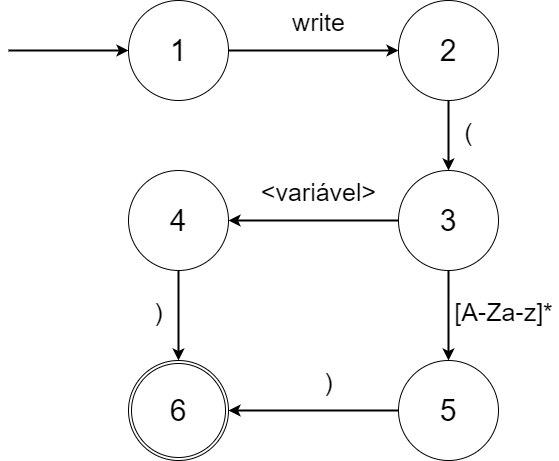
Earlier version of the draw.io export imagens/automato_write.png (MLS13/unifei-compiladores). Source tidied: cells renumbered, new cells last; positions are measured from the earlier drawing's top-left corner, leaving out a move shared by most shapes.
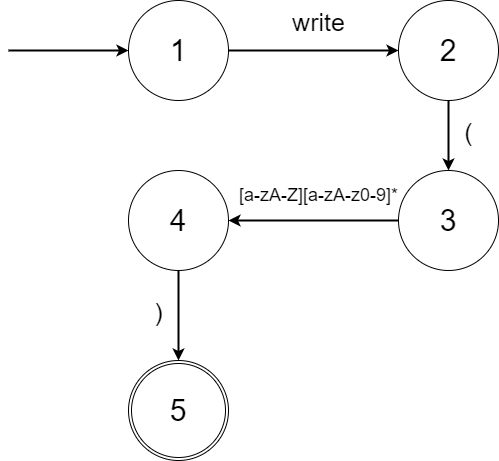
Above is the later version.

The edit, as a diff of the source:
```diff
@@ -58,8 +58,8 @@
     <mxCell id="19" value="&lt;font style=&quot;font-size: 25px&quot;&gt;)&lt;/font&gt;" style="text;html=1;align=center;verticalAlign=middle;strokeColor=none;fillColor=none;fontSize=30;" parent="1" vertex="1">
       <mxGeometry x="140" y="290" width="20" height="40" as="geometry" />
     </mxCell>
-    <mxCell id="20" value="&lt;span style=&quot;font-size: 25px&quot;&gt;[A-Za-z]*&lt;/span&gt;" style="text;html=1;align=center;verticalAlign=middle;strokeColor=none;fillColor=none;fontSize=30;" parent="1" vertex="1">
-      <mxGeometry x="440" y="290" width="110" height="40" as="geometry" />
+    <mxCell id="20" value="&lt;span style=&quot;font-size: 25px&quot;&gt;([A-Za-z]|[0-9])*&lt;/span&gt;" style="text;html=1;align=center;verticalAlign=middle;strokeColor=none;fillColor=none;fontSize=30;" parent="1" vertex="1">
+      <mxGeometry x="440" y="290" width="190" height="40" as="geometry" />
     </mxCell>
   </root>
 </mxGraphModel>
```
